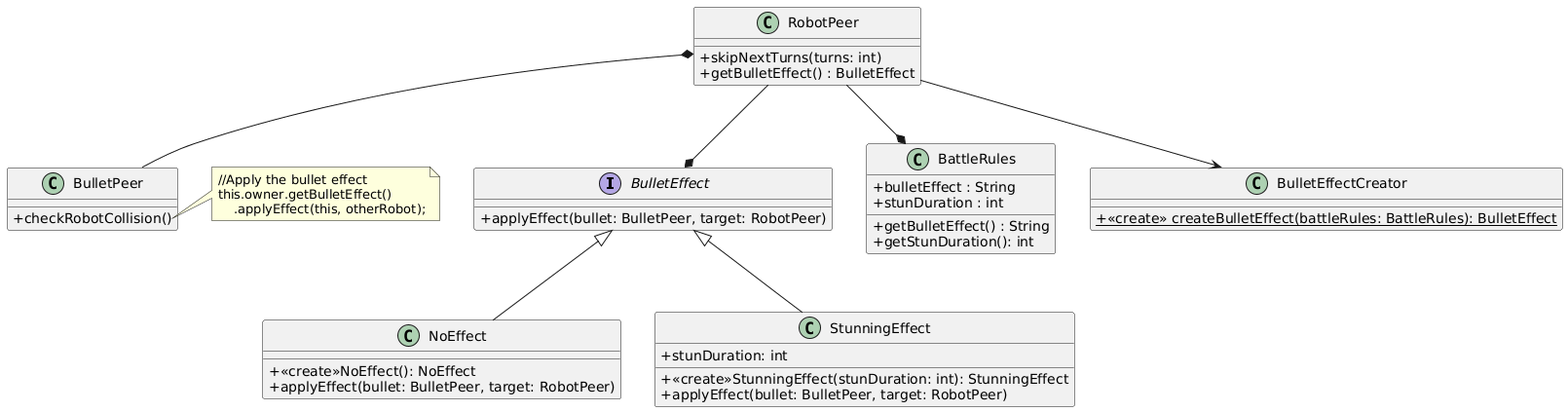
Earlier version of the PlantUML export assets/uml/uml.png (roo2-unlp/robocode).
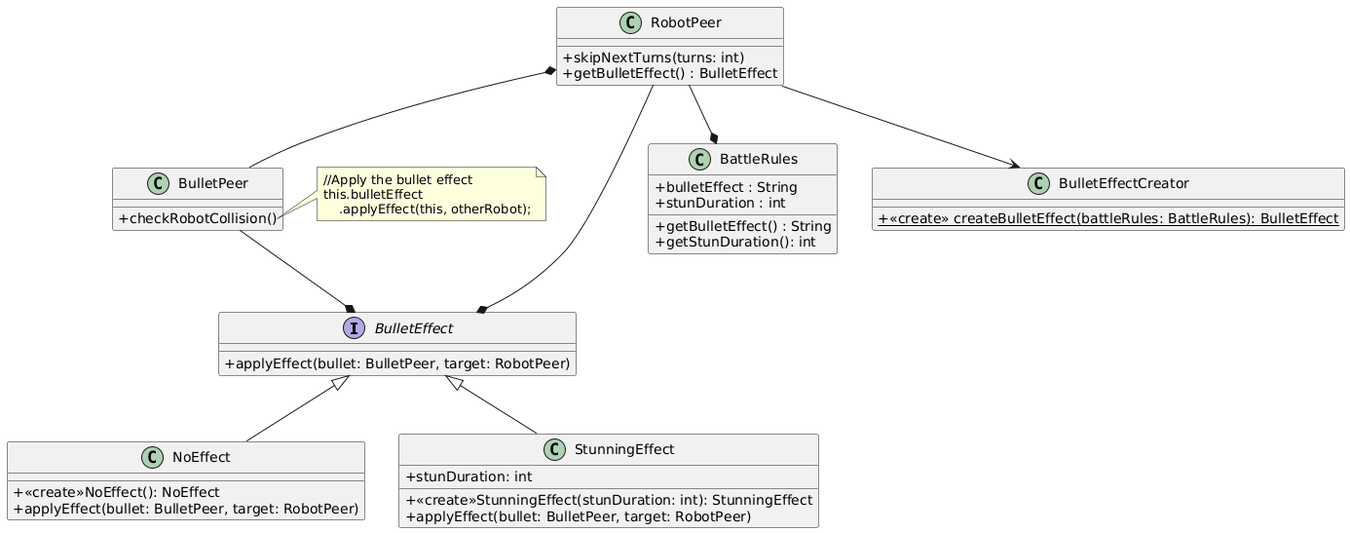
Later version of the same file.

What changed in the source:
```diff
@@ -37,6 +37,7 @@
 }
 RobotPeer *-- BulletPeer
 RobotPeer --* BulletEffect
+BulletPeer --* BulletEffect
 RobotPeer --> BulletEffectCreator
 BulletEffect <|-- NoEffect
 BulletEffect <|-- StunningEffect
@@ -44,7 +45,7 @@
 
 note right of BulletPeer::checkRobotCollision
 //Apply the bullet effect
-this.owner.getBulletEffect()
+this.bulletEffect
     .applyEffect(this, otherRobot);
 end note
 @enduml
```
